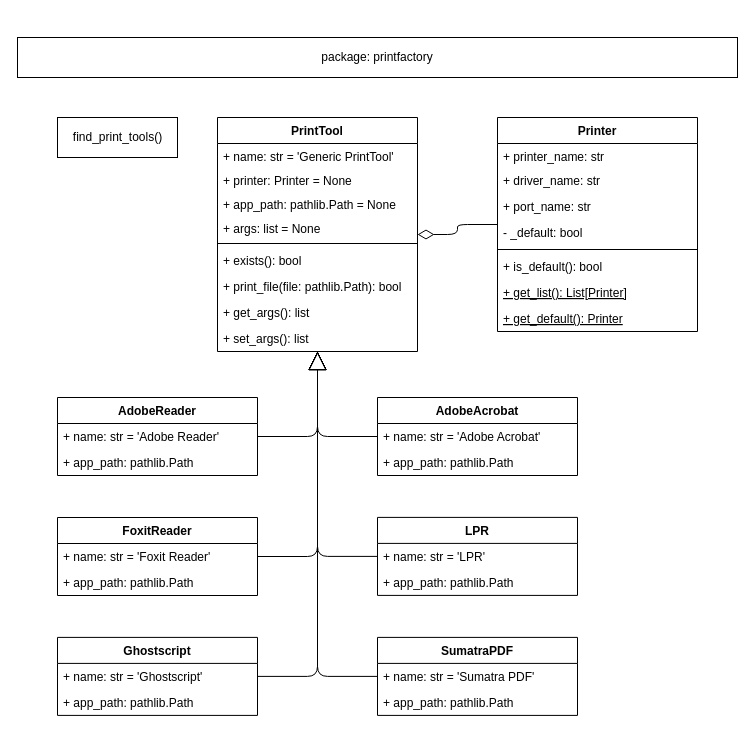
This is doc/printfactory.drawio from dl6nm/printfactory, a draw.io file, before an edit. Source tidied: cells renumbered, new cells numbered last; positions are measured from the earlier drawing's top-left corner, leaving out a move shared by most shapes. Both pictures are drawn from the tidied source at 100%, with x=0, y=0 at pixel (17, 37).
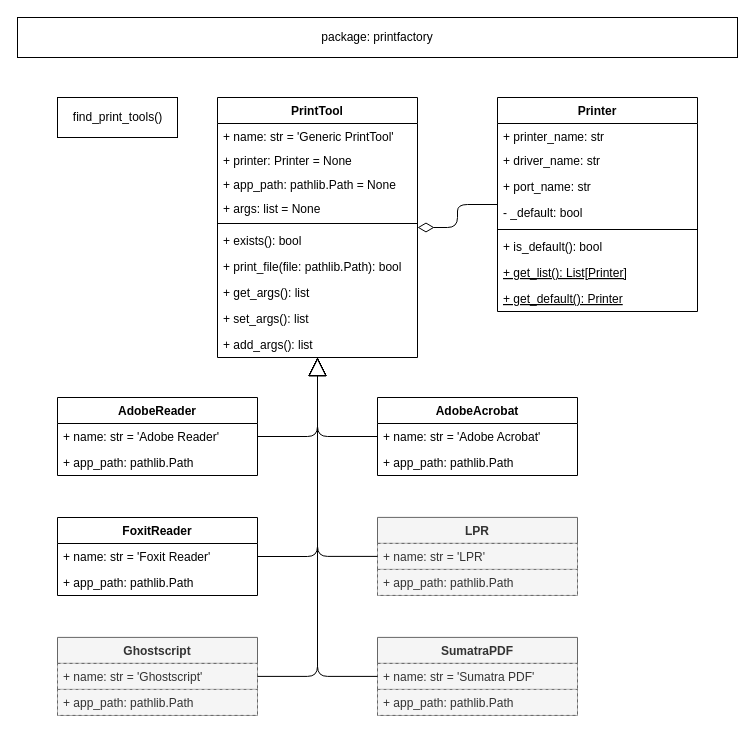
After the change.

Commit message:
docs: adapt PrintTool class diagram

What changed in the source:
```diff
@@
     <mxCell id="2" value="package: printfactory" style="rounded=0;whiteSpace=wrap;html=1;" parent="1" vertex="1">
-      <mxGeometry width="720" height="40" as="geometry" />
+      <mxGeometry y="-20" width="720" height="40" as="geometry" />
     </mxCell>
     <mxCell id="3" value="Printer" style="swimlane;fontStyle=1;align=center;verticalAlign=top;horizontal=1;startSize=26;" parent="1" vertex="1">
-      <mxGeometry x="480" y="80" width="200" height="214" as="geometry" />
+      <mxGeometry x="480" y="60" width="200" height="214" as="geometry" />
     </mxCell>
@@
     <mxCell id="12" value="PrintTool" style="swimlane;fontStyle=1;align=center;verticalAlign=top;horizontal=1;startSize=26;swimlaneLine=1;rounded=0;shadow=0;sketch=0;glass=0;swimlaneFillColor=none;" parent="1" vertex="1">
-      <mxGeometry x="200" y="80" width="200" height="234" as="geometry" />
+      <mxGeometry x="200" y="60" width="200" height="260" as="geometry" />
     </mxCell>
@@
+    <mxCell id="48" value="+ add_args(): list" style="text;strokeColor=none;fillColor=none;align=left;verticalAlign=top;spacingLeft=4;spacingRight=4;overflow=hidden;" parent="12" vertex="1">
+      <mxGeometry y="234" width="200" height="26" as="geometry" />
+    </mxCell>
@@
-    <mxCell id="32" value="LPR" style="swimlane;fontStyle=1;align=center;verticalAlign=top;horizontal=1;startSize=26;" parent="1" vertex="1">
+    <mxCell id="32" value="LPR" style="swimlane;fontStyle=1;align=center;verticalAlign=top;horizontal=1;startSize=26;fillColor=#f5f5f5;strokeColor=#666666;fontColor=#333333;" parent="1" vertex="1">
       <mxGeometry x="360" y="479.9" width="200" height="78" as="geometry" />
     </mxCell>
-    <mxCell id="33" value="+ name: str = 'LPR'" style="text;strokeColor=none;fillColor=none;align=left;verticalAlign=top;spacingLeft=4;spacingRight=4;overflow=hidden;points=[[0,0.5],[1,0.5]];portConstraint=eastwest;dashed=1;" parent="32" vertex="1">
+    <mxCell id="33" value="+ name: str = 'LPR'" style="text;strokeColor=#666666;fillColor=#f5f5f5;align=left;verticalAlign=top;spacingLeft=4;spacingRight=4;overflow=hidden;points=[[0,0.5],[1,0.5]];portConstraint=eastwest;dashed=1;fontColor=#333333;" parent="32" vertex="1">
       <mxGeometry y="26" width="200" height="26" as="geometry" />
     </mxCell>
-    <mxCell id="34" value="+ app_path: pathlib.Path" style="text;strokeColor=none;fillColor=none;align=left;verticalAlign=top;spacingLeft=4;spacingRight=4;overflow=hidden;dashed=1;" parent="32" vertex="1">
+    <mxCell id="34" value="+ app_path: pathlib.Path" style="text;strokeColor=#666666;fillColor=#f5f5f5;align=left;verticalAlign=top;spacingLeft=4;spacingRight=4;overflow=hidden;dashed=1;fontColor=#333333;" parent="32" vertex="1">
       <mxGeometry y="52" width="200" height="26" as="geometry" />
     </mxCell>
@@
-    <mxCell id="36" value="SumatraPDF" style="swimlane;fontStyle=1;align=center;verticalAlign=top;horizontal=1;startSize=26;" parent="1" vertex="1">
+    <mxCell id="36" value="SumatraPDF" style="swimlane;fontStyle=1;align=center;verticalAlign=top;horizontal=1;startSize=26;fillColor=#f5f5f5;strokeColor=#666666;fontColor=#333333;" parent="1" vertex="1">
       <mxGeometry x="360" y="599.9" width="200" height="78" as="geometry" />
     </mxCell>
-    <mxCell id="37" value="+ name: str = 'Sumatra PDF'" style="text;strokeColor=none;fillColor=none;align=left;verticalAlign=top;spacingLeft=4;spacingRight=4;overflow=hidden;points=[[0,0.5],[1,0.5]];portConstraint=eastwest;dashed=1;" parent="36" vertex="1">
+    <mxCell id="37" value="+ name: str = 'Sumatra PDF'" style="text;strokeColor=#666666;fillColor=#f5f5f5;align=left;verticalAlign=top;spacingLeft=4;spacingRight=4;overflow=hidden;points=[[0,0.5],[1,0.5]];portConstraint=eastwest;dashed=1;fontColor=#333333;" parent="36" vertex="1">
       <mxGeometry y="26" width="200" height="26" as="geometry" />
     </mxCell>
-    <mxCell id="38" value="+ app_path: pathlib.Path" style="text;strokeColor=none;fillColor=none;align=left;verticalAlign=top;spacingLeft=4;spacingRight=4;overflow=hidden;dashed=1;" parent="36" vertex="1">
+    <mxCell id="38" value="+ app_path: pathlib.Path" style="text;strokeColor=#666666;fillColor=#f5f5f5;align=left;verticalAlign=top;spacingLeft=4;spacingRight=4;overflow=hidden;dashed=1;fontColor=#333333;" parent="36" vertex="1">
       <mxGeometry y="52" width="200" height="26" as="geometry" />
     </mxCell>
-    <mxCell id="39" value="Ghostscript" style="swimlane;fontStyle=1;align=center;verticalAlign=top;horizontal=1;startSize=26;" parent="1" vertex="1">
+    <mxCell id="39" value="Ghostscript" style="swimlane;fontStyle=1;align=center;verticalAlign=top;horizontal=1;startSize=26;fillColor=#f5f5f5;strokeColor=#666666;fontColor=#333333;" parent="1" vertex="1">
       <mxGeometry x="40" y="599.9" width="200" height="78" as="geometry" />
     </mxCell>
-    <mxCell id="40" value="+ name: str = 'Ghostscript'" style="text;strokeColor=none;fillColor=none;align=left;verticalAlign=top;spacingLeft=4;spacingRight=4;overflow=hidden;points=[[0,0.5],[1,0.5]];portConstraint=eastwest;dashed=1;" parent="39" vertex="1">
+    <mxCell id="40" value="+ name: str = 'Ghostscript'" style="text;strokeColor=#666666;fillColor=#f5f5f5;align=left;verticalAlign=top;spacingLeft=4;spacingRight=4;overflow=hidden;points=[[0,0.5],[1,0.5]];portConstraint=eastwest;dashed=1;fontColor=#333333;" parent="39" vertex="1">
       <mxGeometry y="26" width="200" height="26" as="geometry" />
     </mxCell>
-    <mxCell id="41" value="+ app_path: pathlib.Path" style="text;strokeColor=none;fillColor=none;align=left;verticalAlign=top;spacingLeft=4;spacingRight=4;overflow=hidden;dashed=1;" parent="39" vertex="1">
+    <mxCell id="41" value="+ app_path: pathlib.Path" style="text;strokeColor=#666666;fillColor=#f5f5f5;align=left;verticalAlign=top;spacingLeft=4;spacingRight=4;overflow=hidden;dashed=1;fontColor=#333333;" parent="39" vertex="1">
       <mxGeometry y="52" width="200" height="26" as="geometry" />
     </mxCell>
@@
     <mxCell id="47" value="find_print_tools()" style="html=1;" parent="1" vertex="1">
-      <mxGeometry x="40" y="80" width="120" height="40" as="geometry" />
+      <mxGeometry x="40" y="60" width="120" height="40" as="geometry" />
     </mxCell>
```
